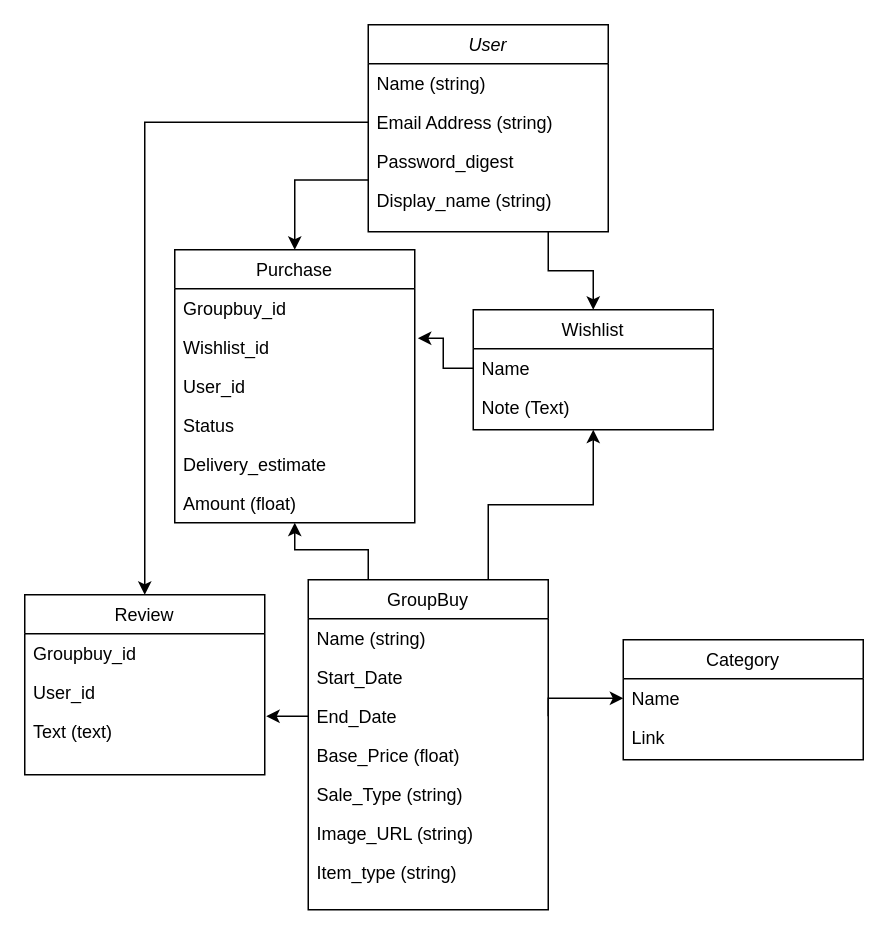
ciciswann/hoshii-app keeps this draw.io diagram as hoshii.drawio. Above is the earlier version. Source tidied: cells renumbered, new cells numbered last; positions are measured from the earlier drawing's top-left corner, leaving out a move shared by most shapes. Both pictures are drawn from the tidied source at 150%, with x=0, y=0 at pixel (24, 24).
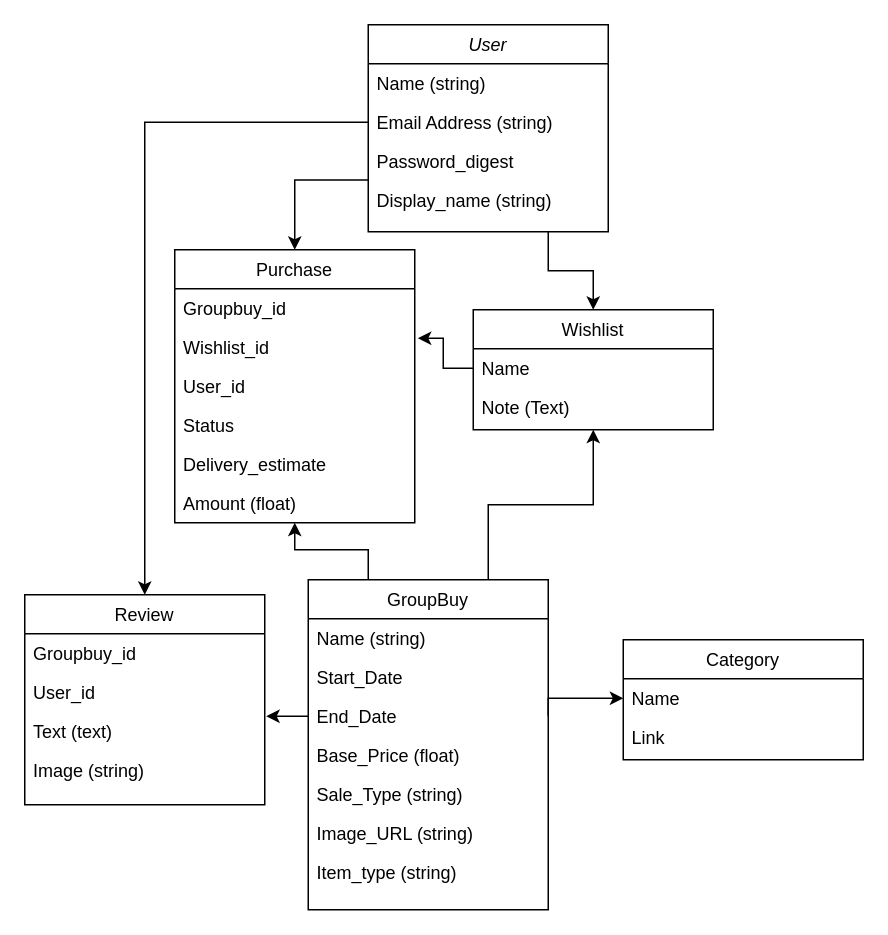
The same diagram, later.

Commit message:
Draw model diagram

The edit, as a diff of the source:
```diff
@@
     <mxCell id="34" value="Review" style="swimlane;fontStyle=0;align=center;verticalAlign=top;horizontal=1;startSize=26;rounded=0;shadow=0;strokeWidth=1;" parent="1" vertex="1">
-      <mxGeometry y="380" width="160" height="120" as="geometry" />
+      <mxGeometry y="380" width="160" height="140" as="geometry" />
     </mxCell>
@@
+    <mxCell id="40" value="Image (string)" style="text;align=left;verticalAlign=top;spacingLeft=4;spacingRight=4;overflow=hidden;" parent="34" vertex="1">
+      <mxGeometry y="104" width="160" height="26" as="geometry" />
+    </mxCell>
```
